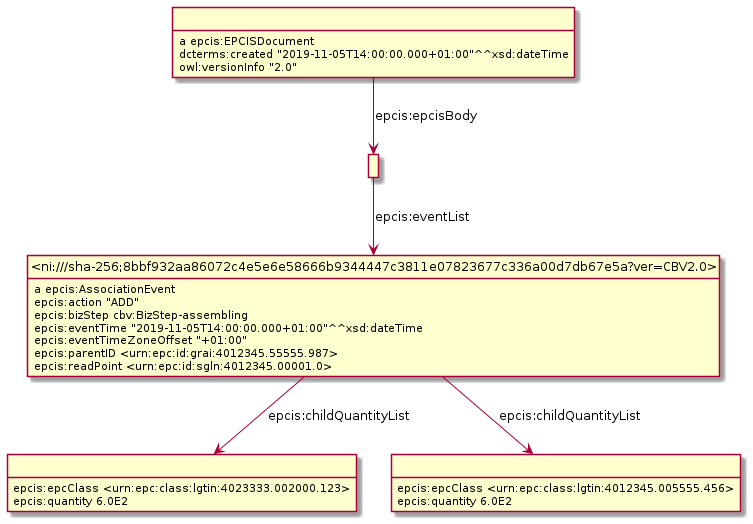
This is Diagrams/AssociationEvent/AssociationEvent-e.png from gs1/EPCIS, a PlantUML export, as it was before one commit.
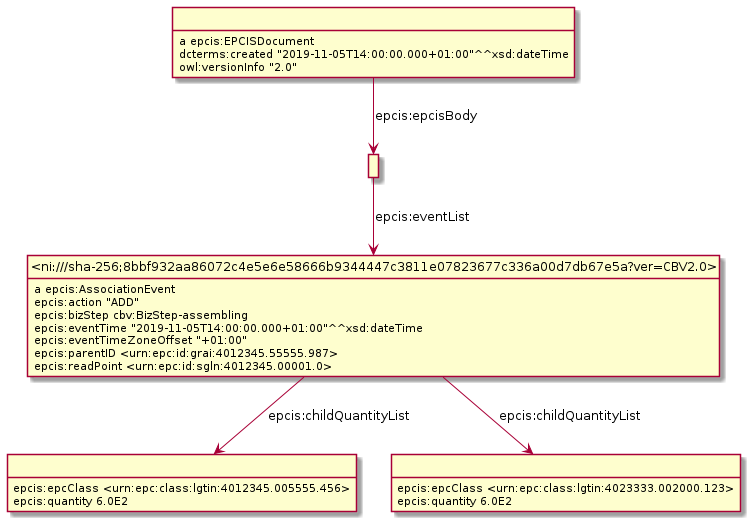
The same file after the commit.

Diff of the diagram source:
```diff
@@ -3,27 +3,27 @@
 hide empty attributes
 hide circle
 skinparam classAttributeIconSize 0
-class _r1631887063r3_ as " "
-_r1631887063r3_ : epcis:epcClass <urn:epc:class:lgtin:4023333.002000.123>
-_r1631887063r3_ : epcis:quantity 6.0E2
-class _r1631887063r2_ as " "
-_r1631887063r2_ : epcis:epcClass <urn:epc:class:lgtin:4012345.005555.456>
-_r1631887063r2_ : epcis:quantity 6.0E2
+class _r1631889731r2_ as " "
+_r1631889731r2_ : epcis:epcClass <urn:epc:class:lgtin:4012345.005555.456>
+_r1631889731r2_ : epcis:quantity 6.0E2
+class _r1631889731r0_ as " "
+_r1631889731r0_ : a epcis:EPCISDocument
+class _r1631889731r1_ as " "
+_r1631889731r0_ -down-> _r1631889731r1_ : epcis:epcisBody
+_r1631889731r0_ : dcterms:created "2019-11-05T14:00:00.000+01:00"^^xsd:dateTime
+_r1631889731r0_ : owl:versionInfo "2.0"
 class _ni_sha_256_8bbf932aa86072c4e5e6e58666b9344447c3811e07823677c336a00d7db67e5a_ver_CBV2_0_ as "<ni:///sha-256;8bbf932aa86072c4e5e6e58666b9344447c3811e07823677c336a00d7db67e5a?ver=CBV2.0>"
+_r1631889731r1_ -down-> _ni_sha_256_8bbf932aa86072c4e5e6e58666b9344447c3811e07823677c336a00d7db67e5a_ver_CBV2_0_ : epcis:eventList
 _ni_sha_256_8bbf932aa86072c4e5e6e58666b9344447c3811e07823677c336a00d7db67e5a_ver_CBV2_0_ : a epcis:AssociationEvent
-_ni_sha_256_8bbf932aa86072c4e5e6e58666b9344447c3811e07823677c336a00d7db67e5a_ver_CBV2_0_ -down-> _r1631887063r2_ : epcis:childQuantityList
-_ni_sha_256_8bbf932aa86072c4e5e6e58666b9344447c3811e07823677c336a00d7db67e5a_ver_CBV2_0_ -down-> _r1631887063r3_ : epcis:childQuantityList
+_ni_sha_256_8bbf932aa86072c4e5e6e58666b9344447c3811e07823677c336a00d7db67e5a_ver_CBV2_0_ -down-> _r1631889731r2_ : epcis:childQuantityList
+class _r1631889731r3_ as " "
+_ni_sha_256_8bbf932aa86072c4e5e6e58666b9344447c3811e07823677c336a00d7db67e5a_ver_CBV2_0_ -down-> _r1631889731r3_ : epcis:childQuantityList
 _ni_sha_256_8bbf932aa86072c4e5e6e58666b9344447c3811e07823677c336a00d7db67e5a_ver_CBV2_0_ : epcis:action "ADD"
 _ni_sha_256_8bbf932aa86072c4e5e6e58666b9344447c3811e07823677c336a00d7db67e5a_ver_CBV2_0_ : epcis:bizStep cbv:BizStep-assembling
 _ni_sha_256_8bbf932aa86072c4e5e6e58666b9344447c3811e07823677c336a00d7db67e5a_ver_CBV2_0_ : epcis:eventTime "2019-11-05T14:00:00.000+01:00"^^xsd:dateTime
 _ni_sha_256_8bbf932aa86072c4e5e6e58666b9344447c3811e07823677c336a00d7db67e5a_ver_CBV2_0_ : epcis:eventTimeZoneOffset "+01:00"
 _ni_sha_256_8bbf932aa86072c4e5e6e58666b9344447c3811e07823677c336a00d7db67e5a_ver_CBV2_0_ : epcis:parentID <urn:epc:id:grai:4012345.55555.987>
 _ni_sha_256_8bbf932aa86072c4e5e6e58666b9344447c3811e07823677c336a00d7db67e5a_ver_CBV2_0_ : epcis:readPoint <urn:epc:id:sgln:4012345.00001.0>
-class _r1631887063r1_ as " "
-_r1631887063r1_ -down-> _ni_sha_256_8bbf932aa86072c4e5e6e58666b9344447c3811e07823677c336a00d7db67e5a_ver_CBV2_0_ : epcis:eventList
-class _r1631887063r0_ as " "
-_r1631887063r0_ : a epcis:EPCISDocument
-_r1631887063r0_ -down-> _r1631887063r1_ : epcis:epcisBody
-_r1631887063r0_ : dcterms:created "2019-11-05T14:00:00.000+01:00"^^xsd:dateTime
-_r1631887063r0_ : owl:versionInfo "2.0"
+_r1631889731r3_ : epcis:epcClass <urn:epc:class:lgtin:4023333.002000.123>
+_r1631889731r3_ : epcis:quantity 6.0E2
 @enduml
```
